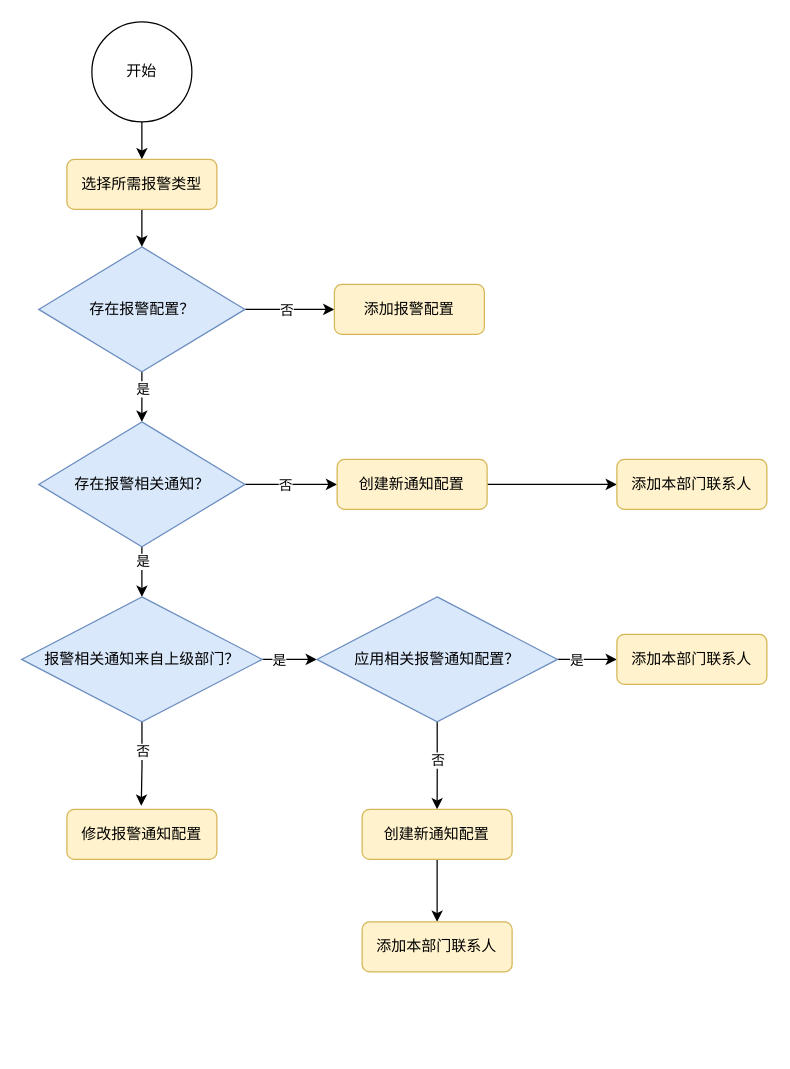
Before: 通知配置流程图.drawio in FrankKirin/PM_works, a draw.io diagram. Source tidied: cells renumbered, new cells numbered last; positions are measured from the earlier drawing's top-left corner, leaving out a move shared by most shapes. Both pictures are drawn from the tidied source at 125%, with x=0, y=0 at pixel (21, 21).
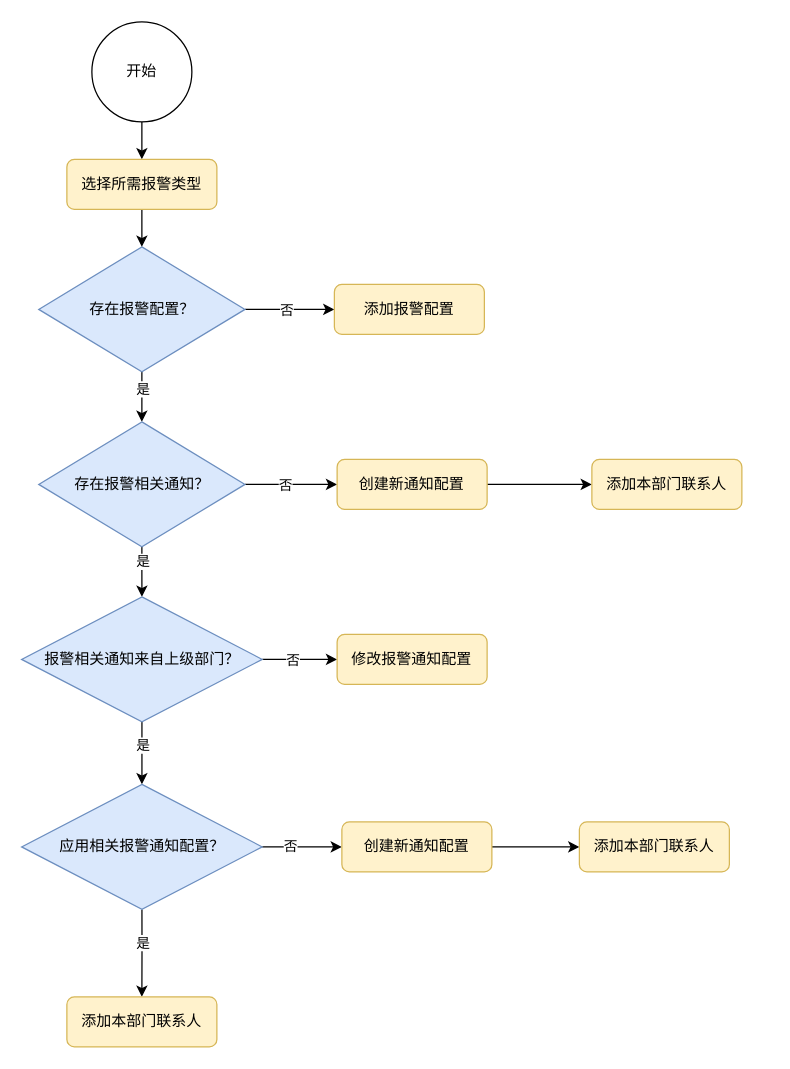
Above is the later version.

Commit message (it also covers changes not shown here):
Update 通知配置流程图.drawio

Unchanged cells that the change refers to:
```xml
<mxCell id="20" value="报警相关通知来自上级部门？" style="rhombus;whiteSpace=wrap;html=1;strokeColor=#6c8ebf;fillColor=#dae8fc;" parent="1" vertex="1">
  <mxGeometry x="-0.2" y="460" width="192.5" height="100" as="geometry" />
</mxCell>
```

What changed in the source:
```diff
@@
+    <mxCell id="18" style="edgeStyle=orthogonalEdgeStyle;rounded=0;jettySize=auto;html=1;exitX=0.5;exitY=1;exitDx=0;exitDy=0;entryX=0.5;entryY=0;entryDx=0;entryDy=0;" parent="1" edge="1" source="20" target="25">
+      <mxGeometry relative="1" as="geometry" />
+    </mxCell>
+    <mxCell id="35" value="是" style="edgeLabel;html=1;align=center;verticalAlign=middle;" parent="18" vertex="1">
+      <mxGeometry x="-0.29" relative="1" as="geometry" />
+    </mxCell>
-    <mxCell id="16" style="edgeStyle=orthogonalEdgeStyle;rounded=0;jettySize=auto;html=1;exitX=0.5;exitY=1;exitDx=0;exitDy=0;entryX=0.496;entryY=-0.072;entryDx=0;entryDy=0;entryPerimeter=0;" parent="1" edge="1" source="20" target="30">
+    <mxCell id="16" style="edgeStyle=orthogonalEdgeStyle;rounded=0;jettySize=auto;html=1;exitX=1;exitY=0.5;exitDx=0;exitDy=0;entryX=0;entryY=0.5;entryDx=0;entryDy=0;" parent="1" edge="1" source="20" target="30">
       <mxGeometry relative="1" as="geometry" />
     </mxCell>
-    <mxCell id="17" value="否" style="edgeLabel;html=1;align=center;verticalAlign=middle;" parent="16" vertex="1">
-      <mxGeometry x="-0.71" relative="1" as="geometry">
-        <mxPoint y="14" as="offset" />
-      </mxGeometry>
-    </mxCell>
-    <mxCell id="18" style="edgeStyle=orthogonalEdgeStyle;rounded=0;jettySize=auto;html=1;exitX=1;exitY=0.5;exitDx=0;exitDy=0;entryX=0;entryY=0.5;entryDx=0;entryDy=0;" parent="1" edge="1" source="20" target="25">
-      <mxGeometry relative="1" as="geometry" />
-    </mxCell>
-    <mxCell id="19" value="是" style="edgeLabel;html=1;align=center;verticalAlign=middle;" parent="18" vertex="1">
-      <mxGeometry x="-0.42" relative="1" as="geometry" />
-    </mxCell>
+    <mxCell id="36" value="否" style="edgeLabel;html=1;align=center;verticalAlign=middle;" parent="16" vertex="1">
+      <mxGeometry x="-0.19" relative="1" as="geometry" />
+    </mxCell>
@@
-    <mxCell id="21" style="edgeStyle=orthogonalEdgeStyle;rounded=0;jettySize=auto;html=1;exitX=1;exitY=0.5;exitDx=0;exitDy=0;entryX=0;entryY=0.5;entryDx=0;entryDy=0;" parent="1" edge="1" source="25" target="26">
+    <mxCell id="21" style="edgeStyle=orthogonalEdgeStyle;rounded=0;jettySize=auto;html=1;exitX=0.5;exitY=1;exitDx=0;exitDy=0;entryX=0.5;entryY=0;entryDx=0;entryDy=0;" parent="1" edge="1" source="25" target="26">
       <mxGeometry relative="1" as="geometry" />
     </mxCell>
-    <mxCell id="22" value="是" style="edgeLabel;html=1;align=center;verticalAlign=middle;" parent="21" vertex="1">
-      <mxGeometry x="-0.35" relative="1" as="geometry" />
-    </mxCell>
+    <mxCell id="37" value="是" style="edgeLabel;html=1;align=center;verticalAlign=middle;" parent="21" vertex="1">
+      <mxGeometry x="-0.22" relative="1" as="geometry" />
+    </mxCell>
-    <mxCell id="23" style="edgeStyle=orthogonalEdgeStyle;rounded=0;jettySize=auto;html=1;exitX=0.5;exitY=1;exitDx=0;exitDy=0;entryX=0.5;entryY=0;entryDx=0;entryDy=0;" parent="1" edge="1" source="25" target="28">
+    <mxCell id="23" style="edgeStyle=orthogonalEdgeStyle;rounded=0;jettySize=auto;html=1;exitX=1;exitY=0.5;exitDx=0;exitDy=0;entryX=0;entryY=0.5;entryDx=0;entryDy=0;" parent="1" edge="1" source="25" target="28">
       <mxGeometry relative="1" as="geometry" />
     </mxCell>
-    <mxCell id="24" value="否" style="edgeLabel;html=1;align=center;verticalAlign=middle;" parent="23" vertex="1">
-      <mxGeometry x="-0.44" relative="1" as="geometry">
-        <mxPoint y="11" as="offset" />
-      </mxGeometry>
-    </mxCell>
+    <mxCell id="38" value="否" style="edgeLabel;html=1;align=center;verticalAlign=middle;" parent="23" vertex="1">
+      <mxGeometry x="-0.32" y="1" relative="1" as="geometry" />
+    </mxCell>
     <mxCell id="25" value="应用相关报警通知配置？" style="rhombus;whiteSpace=wrap;html=1;strokeColor=#6c8ebf;fillColor=#dae8fc;" parent="1" vertex="1">
-      <mxGeometry x="236" y="460" width="192.5" height="100" as="geometry" />
+      <mxGeometry x="-0.2" y="610" width="192.5" height="100" as="geometry" />
     </mxCell>
     <mxCell id="26" value="添加本部门联系人" style="rounded=1;whiteSpace=wrap;html=1;strokeColor=#d6b656;fillColor=#fff2cc;" parent="1" vertex="1">
-      <mxGeometry x="476" y="490" width="120" height="40" as="geometry" />
+      <mxGeometry x="36" y="780" width="120" height="40" as="geometry" />
     </mxCell>
-    <mxCell id="27" style="edgeStyle=orthogonalEdgeStyle;rounded=0;jettySize=auto;html=1;exitX=0.5;exitY=1;exitDx=0;exitDy=0;entryX=0.5;entryY=0;entryDx=0;entryDy=0;" parent="1" edge="1" source="28" target="29">
+    <mxCell id="27" style="edgeStyle=orthogonalEdgeStyle;rounded=0;jettySize=auto;html=1;exitX=1;exitY=0.5;exitDx=0;exitDy=0;entryX=0;entryY=0.5;entryDx=0;entryDy=0;" parent="1" edge="1" source="28" target="29">
       <mxGeometry relative="1" as="geometry" />
     </mxCell>
     <mxCell id="28" value="创建新通知配置" style="rounded=1;whiteSpace=wrap;html=1;strokeColor=#d6b656;fillColor=#fff2cc;" parent="1" vertex="1">
-      <mxGeometry x="272.2" y="630" width="120" height="40" as="geometry" />
+      <mxGeometry x="256" y="640" width="120" height="40" as="geometry" />
     </mxCell>
     <mxCell id="29" value="添加本部门联系人" style="rounded=1;whiteSpace=wrap;html=1;strokeColor=#d6b656;fillColor=#fff2cc;" parent="1" vertex="1">
-      <mxGeometry x="272.2" y="720" width="120" height="40" as="geometry" />
+      <mxGeometry x="446" y="640" width="120" height="40" as="geometry" />
     </mxCell>
     <mxCell id="30" value="修改报警通知配置" style="rounded=1;whiteSpace=wrap;html=1;strokeColor=#d6b656;fillColor=#fff2cc;" parent="1" vertex="1">
-      <mxGeometry x="36" y="630" width="120" height="40" as="geometry" />
+      <mxGeometry x="252.2" y="490" width="120" height="40" as="geometry" />
     </mxCell>
@@
     <mxCell id="34" value="添加本部门联系人" style="rounded=1;whiteSpace=wrap;html=1;strokeColor=#d6b656;fillColor=#fff2cc;" parent="1" vertex="1">
-      <mxGeometry x="476" y="350" width="120" height="40" as="geometry" />
+      <mxGeometry x="456" y="350" width="120" height="40" as="geometry" />
     </mxCell>
```
